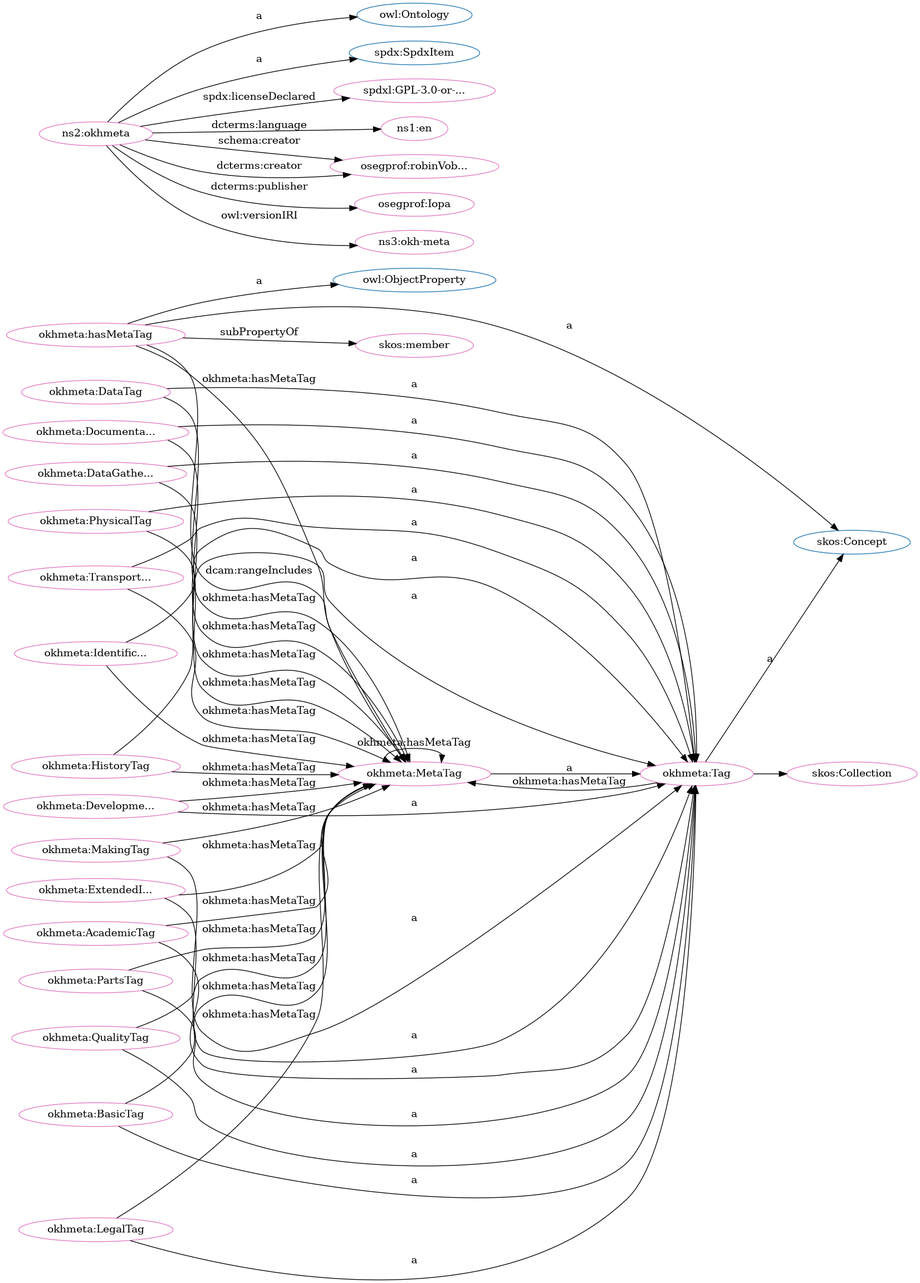
iop-alliance/OpenKnowHow keeps this Graphviz diagram as src/spec/dot_okh-meta.png. Above is the earlier version. Its source is kept beside it as src/spec/dot_okh-meta.dot.
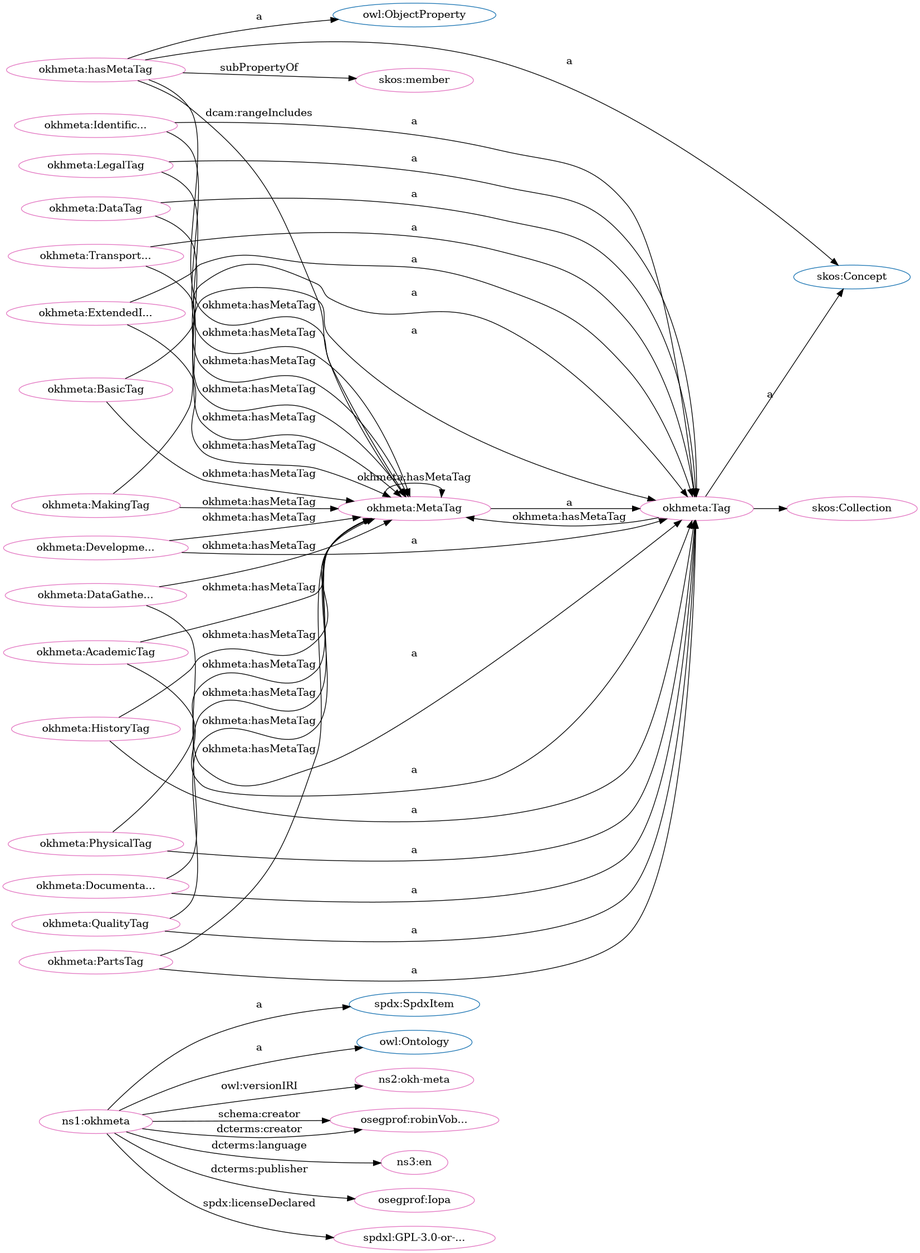
The same diagram one commit later.

Diff of the diagram source:
```diff
@@ -1,84 +1,84 @@
 digraph G {
   rankdir=BT
   node[height=.3]
+"http://spdx.org/rdf/terms#SpdxItem" [fillcolor="#1f77b4" color="#1f77b4" label="spdx:SpdxItem"]
+"http://www.w3.org/2002/07/owl#Ontology" [fillcolor="#1f77b4" color="#1f77b4" label="owl:Ontology"]
 "http://www.w3.org/2002/07/owl#ObjectProperty" [fillcolor="#1f77b4" color="#1f77b4" label="owl:ObjectProperty"]
+"http://w3id.org/oseg/ont/okhmeta#Tag" [fillcolor="#1f77b4" color="#1f77b4" label="okhmeta:Tag"]
 "http://www.w3.org/2004/02/skos/core#Concept" [fillcolor="#1f77b4" color="#1f77b4" label="skos:Concept"]
 "http://www.w3.org/2004/02/skos/core#Collection" [fillcolor="#1f77b4" color="#1f77b4" label="skos:Collection"]
-"http://www.w3.org/2002/07/owl#Ontology" [fillcolor="#1f77b4" color="#1f77b4" label="owl:Ontology"]
-"http://w3id.org/oseg/ont/okhmeta#Tag" [fillcolor="#1f77b4" color="#1f77b4" label="okhmeta:Tag"]
-"http://spdx.org/rdf/terms#SpdxItem" [fillcolor="#1f77b4" color="#1f77b4" label="spdx:SpdxItem"]
-"http://spdx.org/licenses/GPL-3.0-or-later" [fillcolor="#e377c2" color="#e377c2" label="spdxl:GPL-3.0-or-..."]
 "http://w3id.org/oseg/ont/okhmeta#MetaTag" [fillcolor="#e377c2" color="#e377c2" label="okhmeta:MetaTag"]
 "http://w3id.org/oseg/ont/okhmeta#hasMetaTag" [fillcolor="#e377c2" color="#e377c2" label="okhmeta:hasMetaTag"]
+"http://w3id.org/oseg/ont/okhmeta#TransportationTag" [fillcolor="#e377c2" color="#e377c2" label="okhmeta:Transport..."]
+"http://w3id.org/oseg/ont/okhmeta#PartsTag" [fillcolor="#e377c2" color="#e377c2" label="okhmeta:PartsTag"]
+"http://w3id.org/oseg/ont/okhmeta#ExtendedInfoTag" [fillcolor="#e377c2" color="#e377c2" label="okhmeta:ExtendedI..."]
+"http://w3id.org/oseg/ont/okhmeta#HistoryTag" [fillcolor="#e377c2" color="#e377c2" label="okhmeta:HistoryTag"]
+"http://w3id.org/oseg/ont/okhmeta" [fillcolor="#e377c2" color="#e377c2" label="ns1:okhmeta"]
+"http://w3id.org/oseg/ont/okhmeta#DevelopmentTag" [fillcolor="#e377c2" color="#e377c2" label="okhmeta:Developme..."]
+"http://w3id.org/oseg/ont/okhmeta#LegalTag" [fillcolor="#e377c2" color="#e377c2" label="okhmeta:LegalTag"]
+"http://w3id.org/oseg/ont/okhmeta#MakingTag" [fillcolor="#e377c2" color="#e377c2" label="okhmeta:MakingTag"]
+"http://w3id.org/oseg/ont/okhmeta#DataTag" [fillcolor="#e377c2" color="#e377c2" label="okhmeta:DataTag"]
+"http://www.w3.org/2004/02/skos/core#member" [fillcolor="#e377c2" color="#e377c2" label="skos:member"]
+"http://w3id.org/oseg/ont/1.1.0/okh-meta" [fillcolor="#e377c2" color="#e377c2" label="ns2:okh-meta"]
+"http://w3id.org/oseg/ont/okhmeta#QualityTag" [fillcolor="#e377c2" color="#e377c2" label="okhmeta:QualityTag"]
+"http://w3id.org/oseg/ont/okhmeta#DataGatheringTag" [fillcolor="#e377c2" color="#e377c2" label="okhmeta:DataGathe..."]
+"http://w3id.org/oseg/ont/okhmeta#IdentificationTag" [fillcolor="#e377c2" color="#e377c2" label="okhmeta:Identific..."]
+"http://w3id.org/oseg/ont/oseg-profiles#robinVobruba" [fillcolor="#e377c2" color="#e377c2" label="osegprof:robinVob..."]
+"http://w3id.org/oseg/ont/okhmeta#AcademicTag" [fillcolor="#e377c2" color="#e377c2" label="okhmeta:AcademicTag"]
+"http://w3id.org/oseg/ont/okhmeta#Tag" [fillcolor="#e377c2" color="#e377c2" label="okhmeta:Tag"]
 "http://w3id.org/oseg/ont/okhmeta#PhysicalTag" [fillcolor="#e377c2" color="#e377c2" label="okhmeta:PhysicalTag"]
-"http://w3id.org/oseg/ont/okhmeta#LegalTag" [fillcolor="#e377c2" color="#e377c2" label="okhmeta:LegalTag"]
-"http://w3id.org/oseg/ont/okhmeta#TransportationTag" [fillcolor="#e377c2" color="#e377c2" label="okhmeta:Transport..."]
-"http://id.loc.gov/vocabulary/iso639-1/en" [fillcolor="#e377c2" color="#e377c2" label="ns1:en"]
-"http://w3id.org/oseg/ont/okhmeta#Tag" [fillcolor="#e377c2" color="#e377c2" label="okhmeta:Tag"]
-"http://w3id.org/oseg/ont/okhmeta#AcademicTag" [fillcolor="#e377c2" color="#e377c2" label="okhmeta:AcademicTag"]
-"http://w3id.org/oseg/ont/okhmeta#DevelopmentTag" [fillcolor="#e377c2" color="#e377c2" label="okhmeta:Developme..."]
-"http://w3id.org/oseg/ont/oseg-profiles#robinVobruba" [fillcolor="#e377c2" color="#e377c2" label="osegprof:robinVob..."]
+"http://id.loc.gov/vocabulary/iso639-1/en" [fillcolor="#e377c2" color="#e377c2" label="ns3:en"]
+"http://w3id.org/oseg/ont/oseg-profiles#Iopa" [fillcolor="#e377c2" color="#e377c2" label="osegprof:Iopa"]
 "http://www.w3.org/2004/02/skos/core#Collection" [fillcolor="#e377c2" color="#e377c2" label="skos:Collection"]
 "http://w3id.org/oseg/ont/okhmeta#DocumentationTag" [fillcolor="#e377c2" color="#e377c2" label="okhmeta:Documenta..."]
-"http://www.w3.org/2004/02/skos/core#member" [fillcolor="#e377c2" color="#e377c2" label="skos:member"]
-"http://w3id.org/oseg/ont/okhmeta#HistoryTag" [fillcolor="#e377c2" color="#e377c2" label="okhmeta:HistoryTag"]
-"http://w3id.org/oseg/ont/okhmeta" [fillcolor="#e377c2" color="#e377c2" label="ns2:okhmeta"]
-"http://w3id.org/oseg/ont/okhmeta#DataGatheringTag" [fillcolor="#e377c2" color="#e377c2" label="okhmeta:DataGathe..."]
 "http://w3id.org/oseg/ont/okhmeta#BasicTag" [fillcolor="#e377c2" color="#e377c2" label="okhmeta:BasicTag"]
-"http://w3id.org/oseg/ont/oseg-profiles#Iopa" [fillcolor="#e377c2" color="#e377c2" label="osegprof:Iopa"]
-"http://w3id.org/oseg/ont/okhmeta#MakingTag" [fillcolor="#e377c2" color="#e377c2" label="okhmeta:MakingTag"]
-"http://w3id.org/oseg/ont/okhmeta#DataTag" [fillcolor="#e377c2" color="#e377c2" label="okhmeta:DataTag"]
-"http://w3id.org/oseg/ont/okhmeta#ExtendedInfoTag" [fillcolor="#e377c2" color="#e377c2" label="okhmeta:ExtendedI..."]
-"http://w3id.org/oseg/ont/okhmeta#PartsTag" [fillcolor="#e377c2" color="#e377c2" label="okhmeta:PartsTag"]
-"http://w3id.org/oseg/ont/1.1.0/okh-meta" [fillcolor="#e377c2" color="#e377c2" label="ns3:okh-meta"]
-"http://w3id.org/oseg/ont/okhmeta#QualityTag" [fillcolor="#e377c2" color="#e377c2" label="okhmeta:QualityTag"]
-"http://w3id.org/oseg/ont/okhmeta#IdentificationTag" [fillcolor="#e377c2" color="#e377c2" label="okhmeta:Identific..."]
+"http://spdx.org/licenses/GPL-3.0-or-later" [fillcolor="#e377c2" color="#e377c2" label="spdxl:GPL-3.0-or-..."]
+  "http://w3id.org/oseg/ont/okhmeta#ExtendedInfoTag" -> "http://w3id.org/oseg/ont/okhmeta#MetaTag" [label="okhmeta:hasMetaTag"]
+  "http://w3id.org/oseg/ont/okhmeta#hasMetaTag" -> "http://www.w3.org/2002/07/owl#ObjectProperty" [label="a"]
+  "http://w3id.org/oseg/ont/okhmeta#ExtendedInfoTag" -> "http://w3id.org/oseg/ont/okhmeta#Tag" [label="a"]
+  "http://w3id.org/oseg/ont/okhmeta#MetaTag" -> "http://w3id.org/oseg/ont/okhmeta#Tag" [label="a"]
+  "http://w3id.org/oseg/ont/okhmeta" -> "http://www.w3.org/2002/07/owl#Ontology" [label="a"]
+  "http://w3id.org/oseg/ont/okhmeta#HistoryTag" -> "http://w3id.org/oseg/ont/okhmeta#MetaTag" [label="okhmeta:hasMetaTag"]
+  "http://w3id.org/oseg/ont/okhmeta#MakingTag" -> "http://w3id.org/oseg/ont/okhmeta#Tag" [label="a"]
+  "http://w3id.org/oseg/ont/okhmeta#DevelopmentTag" -> "http://w3id.org/oseg/ont/okhmeta#MetaTag" [label="okhmeta:hasMetaTag"]
+  "http://w3id.org/oseg/ont/okhmeta" -> "http://spdx.org/rdf/terms#SpdxItem" [label="a"]
+  "http://w3id.org/oseg/ont/okhmeta#DataTag" -> "http://w3id.org/oseg/ont/okhmeta#Tag" [label="a"]
+  "http://w3id.org/oseg/ont/okhmeta#QualityTag" -> "http://w3id.org/oseg/ont/okhmeta#MetaTag" [label="okhmeta:hasMetaTag"]
+  "http://w3id.org/oseg/ont/okhmeta#BasicTag" -> "http://w3id.org/oseg/ont/okhmeta#MetaTag" [label="okhmeta:hasMetaTag"]
+  "http://w3id.org/oseg/ont/okhmeta#QualityTag" -> "http://w3id.org/oseg/ont/okhmeta#Tag" [label="a"]
+  "http://w3id.org/oseg/ont/okhmeta#MetaTag" -> "http://w3id.org/oseg/ont/okhmeta#MetaTag" [label="okhmeta:hasMetaTag"]
+  "http://w3id.org/oseg/ont/okhmeta#DataGatheringTag" -> "http://w3id.org/oseg/ont/okhmeta#MetaTag" [label="okhmeta:hasMetaTag"]
+  "http://w3id.org/oseg/ont/okhmeta#IdentificationTag" -> "http://w3id.org/oseg/ont/okhmeta#Tag" [label="a"]
+  "http://w3id.org/oseg/ont/okhmeta#PhysicalTag" -> "http://w3id.org/oseg/ont/okhmeta#MetaTag" [label="okhmeta:hasMetaTag"]
+  "http://w3id.org/oseg/ont/okhmeta" -> "http://w3id.org/oseg/ont/oseg-profiles#robinVobruba" [label="schema:creator"]
+  "http://w3id.org/oseg/ont/okhmeta#PhysicalTag" -> "http://w3id.org/oseg/ont/okhmeta#Tag" [label="a"]
+  "http://w3id.org/oseg/ont/okhmeta#Tag" -> "http://w3id.org/oseg/ont/okhmeta#MetaTag" [label="okhmeta:hasMetaTag"]
+  "http://w3id.org/oseg/ont/okhmeta#Tag" -> "http://www.w3.org/2004/02/skos/core#Collection" [label=""]
+  "http://w3id.org/oseg/ont/okhmeta#DocumentationTag" -> "http://w3id.org/oseg/ont/okhmeta#Tag" [label="a"]
+  "http://w3id.org/oseg/ont/okhmeta#hasMetaTag" -> "http://www.w3.org/2004/02/skos/core#Concept" [label="a"]
+  "http://w3id.org/oseg/ont/okhmeta#hasMetaTag" -> "http://w3id.org/oseg/ont/okhmeta#MetaTag" [label="dcam:rangeIncludes"]
+  "http://w3id.org/oseg/ont/okhmeta" -> "http://w3id.org/oseg/ont/oseg-profiles#robinVobruba" [label="dcterms:creator"]
+  "http://w3id.org/oseg/ont/okhmeta#DataTag" -> "http://w3id.org/oseg/ont/okhmeta#MetaTag" [label="okhmeta:hasMetaTag"]
   "http://w3id.org/oseg/ont/okhmeta" -> "http://spdx.org/licenses/GPL-3.0-or-later" [label="spdx:licenseDeclared"]
-  "http://w3id.org/oseg/ont/okhmeta#BasicTag" -> "http://w3id.org/oseg/ont/okhmeta#MetaTag" [label="okhmeta:hasMetaTag"]
+  "http://w3id.org/oseg/ont/okhmeta#BasicTag" -> "http://w3id.org/oseg/ont/okhmeta#Tag" [label="a"]
+  "http://w3id.org/oseg/ont/okhmeta#IdentificationTag" -> "http://w3id.org/oseg/ont/okhmeta#MetaTag" [label="okhmeta:hasMetaTag"]
+  "http://w3id.org/oseg/ont/okhmeta#TransportationTag" -> "http://w3id.org/oseg/ont/okhmeta#Tag" [label="a"]
+  "http://w3id.org/oseg/ont/okhmeta#PartsTag" -> "http://w3id.org/oseg/ont/okhmeta#Tag" [label="a"]
+  "http://w3id.org/oseg/ont/okhmeta#HistoryTag" -> "http://w3id.org/oseg/ont/okhmeta#Tag" [label="a"]
+  "http://w3id.org/oseg/ont/okhmeta#DevelopmentTag" -> "http://w3id.org/oseg/ont/okhmeta#Tag" [label="a"]
+  "http://w3id.org/oseg/ont/okhmeta#LegalTag" -> "http://w3id.org/oseg/ont/okhmeta#Tag" [label="a"]
+  "http://w3id.org/oseg/ont/okhmeta#hasMetaTag" -> "http://www.w3.org/2004/02/skos/core#member" [label="subPropertyOf"]
   "http://w3id.org/oseg/ont/okhmeta#MakingTag" -> "http://w3id.org/oseg/ont/okhmeta#MetaTag" [label="okhmeta:hasMetaTag"]
-  "http://w3id.org/oseg/ont/okhmeta#DataTag" -> "http://w3id.org/oseg/ont/okhmeta#MetaTag" [label="okhmeta:hasMetaTag"]
-  "http://w3id.org/oseg/ont/okhmeta#TransportationTag" -> "http://w3id.org/oseg/ont/okhmeta#Tag" [label="a"]
+  "http://w3id.org/oseg/ont/okhmeta" -> "http://w3id.org/oseg/ont/1.1.0/okh-meta" [label="owl:versionIRI"]
+  "http://w3id.org/oseg/ont/okhmeta#DataGatheringTag" -> "http://w3id.org/oseg/ont/okhmeta#Tag" [label="a"]
+  "http://w3id.org/oseg/ont/okhmeta#PartsTag" -> "http://w3id.org/oseg/ont/okhmeta#MetaTag" [label="okhmeta:hasMetaTag"]
+  "http://w3id.org/oseg/ont/okhmeta#AcademicTag" -> "http://w3id.org/oseg/ont/okhmeta#MetaTag" [label="okhmeta:hasMetaTag"]
+  "http://w3id.org/oseg/ont/okhmeta#TransportationTag" -> "http://w3id.org/oseg/ont/okhmeta#MetaTag" [label="okhmeta:hasMetaTag"]
+  "http://w3id.org/oseg/ont/okhmeta#AcademicTag" -> "http://w3id.org/oseg/ont/okhmeta#Tag" [label="a"]
+  "http://w3id.org/oseg/ont/okhmeta#Tag" -> "http://www.w3.org/2004/02/skos/core#Concept" [label="a"]
   "http://w3id.org/oseg/ont/okhmeta" -> "http://id.loc.gov/vocabulary/iso639-1/en" [label="dcterms:language"]
-  "http://w3id.org/oseg/ont/okhmeta#Tag" -> "http://www.w3.org/2004/02/skos/core#Concept" [label="a"]
-  "http://w3id.org/oseg/ont/okhmeta#IdentificationTag" -> "http://w3id.org/oseg/ont/okhmeta#MetaTag" [label="okhmeta:hasMetaTag"]
-  "http://w3id.org/oseg/ont/okhmeta#AcademicTag" -> "http://w3id.org/oseg/ont/okhmeta#Tag" [label="a"]
-  "http://w3id.org/oseg/ont/okhmeta" -> "http://w3id.org/oseg/ont/oseg-profiles#robinVobruba" [label="schema:creator"]
-  "http://w3id.org/oseg/ont/okhmeta#DocumentationTag" -> "http://w3id.org/oseg/ont/okhmeta#Tag" [label="a"]
-  "http://w3id.org/oseg/ont/okhmeta#MetaTag" -> "http://w3id.org/oseg/ont/okhmeta#MetaTag" [label="okhmeta:hasMetaTag"]
-  "http://w3id.org/oseg/ont/okhmeta#hasMetaTag" -> "http://www.w3.org/2004/02/skos/core#member" [label="subPropertyOf"]
-  "http://w3id.org/oseg/ont/okhmeta" -> "http://spdx.org/rdf/terms#SpdxItem" [label="a"]
-  "http://w3id.org/oseg/ont/okhmeta#DataGatheringTag" -> "http://w3id.org/oseg/ont/okhmeta#Tag" [label="a"]
-  "http://w3id.org/oseg/ont/okhmeta#ExtendedInfoTag" -> "http://w3id.org/oseg/ont/okhmeta#MetaTag" [label="okhmeta:hasMetaTag"]
-  "http://w3id.org/oseg/ont/okhmeta#TransportationTag" -> "http://w3id.org/oseg/ont/okhmeta#MetaTag" [label="okhmeta:hasMetaTag"]
-  "http://w3id.org/oseg/ont/okhmeta" -> "http://w3id.org/oseg/ont/oseg-profiles#robinVobruba" [label="dcterms:creator"]
-  "http://w3id.org/oseg/ont/okhmeta#AcademicTag" -> "http://w3id.org/oseg/ont/okhmeta#MetaTag" [label="okhmeta:hasMetaTag"]
   "http://w3id.org/oseg/ont/okhmeta" -> "http://w3id.org/oseg/ont/oseg-profiles#Iopa" [label="dcterms:publisher"]
-  "http://w3id.org/oseg/ont/okhmeta#ExtendedInfoTag" -> "http://w3id.org/oseg/ont/okhmeta#Tag" [label="a"]
+  "http://w3id.org/oseg/ont/okhmeta#LegalTag" -> "http://w3id.org/oseg/ont/okhmeta#MetaTag" [label="okhmeta:hasMetaTag"]
   "http://w3id.org/oseg/ont/okhmeta#DocumentationTag" -> "http://w3id.org/oseg/ont/okhmeta#MetaTag" [label="okhmeta:hasMetaTag"]
-  "http://w3id.org/oseg/ont/okhmeta" -> "http://www.w3.org/2002/07/owl#Ontology" [label="a"]
-  "http://w3id.org/oseg/ont/okhmeta#QualityTag" -> "http://w3id.org/oseg/ont/okhmeta#Tag" [label="a"]
-  "http://w3id.org/oseg/ont/okhmeta#DataGatheringTag" -> "http://w3id.org/oseg/ont/okhmeta#MetaTag" [label="okhmeta:hasMetaTag"]
-  "http://w3id.org/oseg/ont/okhmeta#PhysicalTag" -> "http://w3id.org/oseg/ont/okhmeta#MetaTag" [label="okhmeta:hasMetaTag"]
-  "http://w3id.org/oseg/ont/okhmeta#hasMetaTag" -> "http://www.w3.org/2004/02/skos/core#Concept" [label="a"]
   "http://w3id.org/oseg/ont/okhmeta#hasMetaTag" -> "http://w3id.org/oseg/ont/okhmeta#MetaTag" [label="okhmeta:hasMetaTag"]
-  "http://w3id.org/oseg/ont/okhmeta#PhysicalTag" -> "http://w3id.org/oseg/ont/okhmeta#Tag" [label="a"]
-  "http://w3id.org/oseg/ont/okhmeta#LegalTag" -> "http://w3id.org/oseg/ont/okhmeta#Tag" [label="a"]
-  "http://w3id.org/oseg/ont/okhmeta#Tag" -> "http://w3id.org/oseg/ont/okhmeta#MetaTag" [label="okhmeta:hasMetaTag"]
-  "http://w3id.org/oseg/ont/okhmeta#QualityTag" -> "http://w3id.org/oseg/ont/okhmeta#MetaTag" [label="okhmeta:hasMetaTag"]
-  "http://w3id.org/oseg/ont/okhmeta#hasMetaTag" -> "http://w3id.org/oseg/ont/okhmeta#MetaTag" [label="dcam:rangeIncludes"]
-  "http://w3id.org/oseg/ont/okhmeta#DevelopmentTag" -> "http://w3id.org/oseg/ont/okhmeta#Tag" [label="a"]
-  "http://w3id.org/oseg/ont/okhmeta#Tag" -> "http://www.w3.org/2004/02/skos/core#Collection" [label=""]
-  "http://w3id.org/oseg/ont/okhmeta#hasMetaTag" -> "http://www.w3.org/2002/07/owl#ObjectProperty" [label="a"]
-  "http://w3id.org/oseg/ont/okhmeta#HistoryTag" -> "http://w3id.org/oseg/ont/okhmeta#Tag" [label="a"]
-  "http://w3id.org/oseg/ont/okhmeta#BasicTag" -> "http://w3id.org/oseg/ont/okhmeta#Tag" [label="a"]
-  "http://w3id.org/oseg/ont/okhmeta#LegalTag" -> "http://w3id.org/oseg/ont/okhmeta#MetaTag" [label="okhmeta:hasMetaTag"]
-  "http://w3id.org/oseg/ont/okhmeta#PartsTag" -> "http://w3id.org/oseg/ont/okhmeta#MetaTag" [label="okhmeta:hasMetaTag"]
-  "http://w3id.org/oseg/ont/okhmeta#MetaTag" -> "http://w3id.org/oseg/ont/okhmeta#Tag" [label="a"]
-  "http://w3id.org/oseg/ont/okhmeta#MakingTag" -> "http://w3id.org/oseg/ont/okhmeta#Tag" [label="a"]
-  "http://w3id.org/oseg/ont/okhmeta#DataTag" -> "http://w3id.org/oseg/ont/okhmeta#Tag" [label="a"]
-  "http://w3id.org/oseg/ont/okhmeta#PartsTag" -> "http://w3id.org/oseg/ont/okhmeta#Tag" [label="a"]
-  "http://w3id.org/oseg/ont/okhmeta#DevelopmentTag" -> "http://w3id.org/oseg/ont/okhmeta#MetaTag" [label="okhmeta:hasMetaTag"]
-  "http://w3id.org/oseg/ont/okhmeta" -> "http://w3id.org/oseg/ont/1.1.0/okh-meta" [label="owl:versionIRI"]
-  "http://w3id.org/oseg/ont/okhmeta#HistoryTag" -> "http://w3id.org/oseg/ont/okhmeta#MetaTag" [label="okhmeta:hasMetaTag"]
-  "http://w3id.org/oseg/ont/okhmeta#IdentificationTag" -> "http://w3id.org/oseg/ont/okhmeta#Tag" [label="a"]
 }
```
